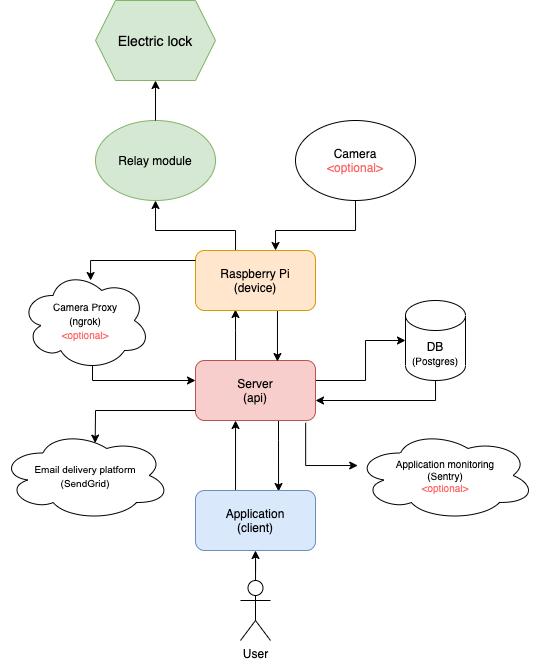
The draw.io diagram www/static/img/diagrams/services-architecture.drawio.png in Jozwiaczek/smart-gate, before a commit. Source tidied: cells renumbered, new cells last; positions are measured from the earlier drawing's top-left corner, leaving out a move shared by most shapes.
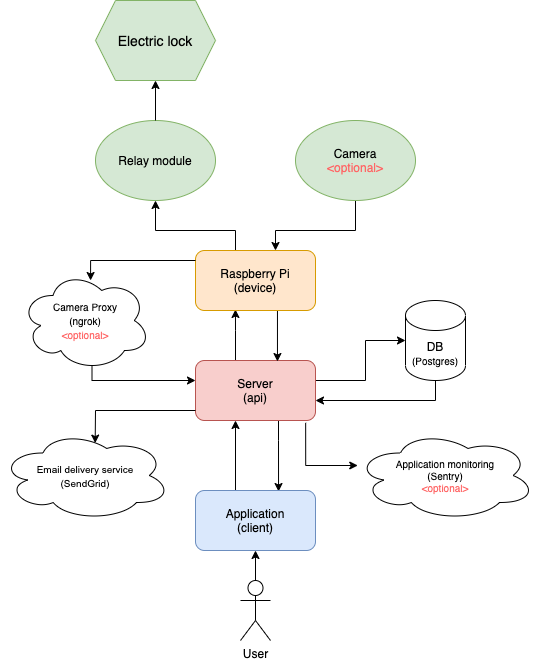
The same file after the commit.

Change to the diagram source:
```diff
@@ -116,7 +116,7 @@
         </Array>
       </mxGeometry>
     </mxCell>
-    <mxCell id="21" value="&lt;span style=&quot;font-family: &amp;#34;arial&amp;#34; , sans-serif ; text-align: left&quot;&gt;&lt;font style=&quot;font-size: 10px&quot;&gt;&lt;font color=&quot;#000000&quot;&gt;Email delivery platform&lt;br&gt;(SendGrid)&lt;/font&gt;&lt;br&gt;&lt;/font&gt;&lt;/span&gt;" style="ellipse;shape=cloud;whiteSpace=wrap;html=1;" parent="1" vertex="1">
+    <mxCell id="21" value="&lt;span style=&quot;font-family: &amp;#34;arial&amp;#34; , sans-serif ; text-align: left&quot;&gt;&lt;font style=&quot;font-size: 10px&quot;&gt;&lt;font color=&quot;#000000&quot;&gt;Email delivery service&lt;br&gt;(SendGrid)&lt;/font&gt;&lt;br&gt;&lt;/font&gt;&lt;/span&gt;" style="ellipse;shape=cloud;whiteSpace=wrap;html=1;" parent="1" vertex="1">
       <mxGeometry y="430" width="170" height="90" as="geometry" />
     </mxCell>
     <mxCell id="22" style="edgeStyle=orthogonalEdgeStyle;rounded=0;jettySize=auto;html=1;entryX=0.918;entryY=1.039;entryDx=0;entryDy=0;entryPerimeter=0;fontSize=10;startArrow=classic;startFill=1;endArrow=none;endFill=0;" parent="1" edge="1" source="23" target="7">
@@ -129,7 +129,7 @@
     <mxCell id="23" value="Application monitoring&lt;br&gt;(Sentry)&lt;br&gt;&lt;font color=&quot;#ff6666&quot;&gt;&amp;lt;optional&amp;gt;&lt;/font&gt;" style="ellipse;shape=cloud;whiteSpace=wrap;html=1;fontSize=10;" parent="1" vertex="1">
       <mxGeometry x="355" y="430" width="180" height="90" as="geometry" />
     </mxCell>
-    <mxCell id="24" value="Camera&lt;br&gt;&lt;font color=&quot;#ff6666&quot;&gt;&amp;lt;optional&amp;gt;&lt;/font&gt;" style="ellipse;whiteSpace=wrap;html=1;" parent="1" vertex="1">
+    <mxCell id="24" value="&lt;font color=&quot;#000000&quot;&gt;Camera&lt;/font&gt;&lt;br&gt;&lt;font color=&quot;#ff6666&quot;&gt;&amp;lt;optional&amp;gt;&lt;/font&gt;" style="ellipse;whiteSpace=wrap;html=1;fillColor=#d5e8d4;strokeColor=#82b366;" parent="1" vertex="1">
       <mxGeometry x="295" y="120" width="120" height="80" as="geometry" />
     </mxCell>
     <mxCell id="25" style="edgeStyle=orthogonalEdgeStyle;rounded=0;jettySize=auto;html=1;entryX=0.5;entryY=0;entryDx=0;entryDy=0;fontSize=14;fontColor=#000000;startArrow=classic;startFill=1;endArrow=none;endFill=0;" parent="1" edge="1" source="26" target="2">
```
